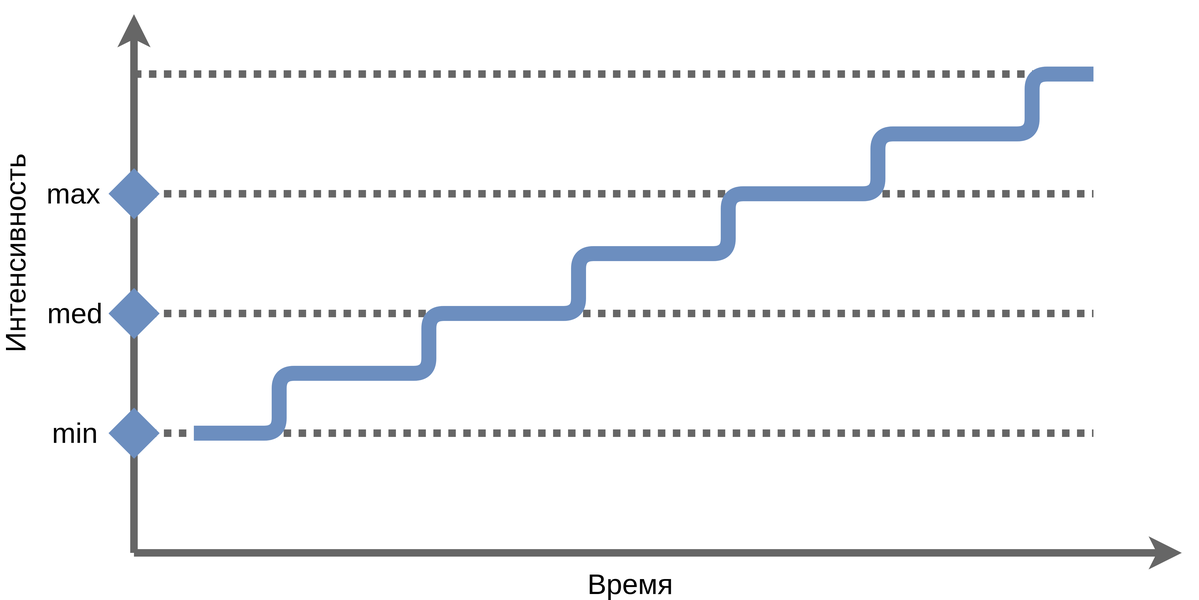
The draw.io diagram docs/images/1/load.testing-1.png in polarnik/perflab, before a commit. Source tidied: cells renumbered, new cells last; positions are measured from the earlier drawing's top-left corner, leaving out a move shared by most shapes.
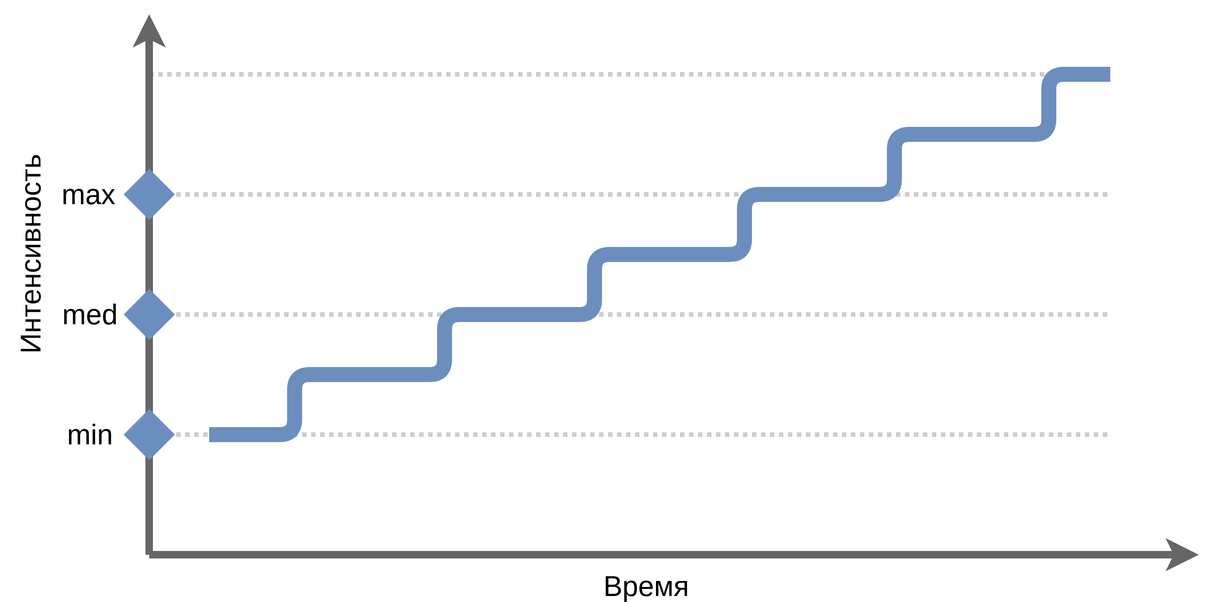
Above is the later version.

The edit, as a diff of the source:
```diff
@@ -2,94 +2,97 @@
   <root>
     <mxCell id="0" />
     <mxCell id="1" parent="0" />
-    <mxCell id="2" style="endArrow=classic;html=1;strokeWidth=5;jumpStyle=arc;fillColor=#f5f5f5;strokeColor=#666666;" parent="1" edge="1">
-      <mxGeometry relative="1" as="geometry">
-        <mxPoint x="99" y="360" as="sourcePoint" />
-        <mxPoint x="799" y="360" as="targetPoint" />
-      </mxGeometry>
+    <mxCell id="2" style="group;" parent="1" vertex="1">
+      <mxGeometry width="799" height="390" as="geometry" />
     </mxCell>
-    <mxCell id="3" style="endArrow=classic;html=1;strokeWidth=5;jumpStyle=arc;fillColor=#f5f5f5;strokeColor=#666666;" parent="1" edge="1">
+    <mxCell id="3" style="endArrow=none;dashed=1;html=1;strokeWidth=3;dashPattern=1 1;fillColor=#f5f5f5;strokeColor=#CCCCCC;" parent="2" edge="1">
       <mxGeometry relative="1" as="geometry">
-        <mxPoint x="99" y="360" as="sourcePoint" />
-        <mxPoint x="99" as="targetPoint" />
+        <mxPoint x="99" y="40" as="sourcePoint" />
+        <mxPoint x="739" y="40" as="targetPoint" />
       </mxGeometry>
     </mxCell>
-    <mxCell id="4" style="endArrow=none;dashed=1;html=1;strokeWidth=5;dashPattern=1 1;fillColor=#f5f5f5;strokeColor=#666666;startArrow=none;startFill=0;startSize=8;" parent="1" edge="1">
+    <mxCell id="4" style="endArrow=classic;html=1;strokeWidth=5;jumpStyle=arc;fillColor=#f5f5f5;strokeColor=#666666;" parent="2" edge="1">
       <mxGeometry relative="1" as="geometry">
-        <mxPoint x="99" y="280" as="sourcePoint" />
-        <mxPoint x="740" y="280" as="targetPoint" />
+        <mxPoint x="99" y="360" as="sourcePoint" />
+        <mxPoint x="799" y="360" as="targetPoint" />
       </mxGeometry>
     </mxCell>
-    <mxCell id="5" style="endArrow=none;dashed=1;html=1;strokeWidth=5;dashPattern=1 1;fillColor=#f5f5f5;strokeColor=#666666;" parent="1" edge="1">
+    <mxCell id="5" style="endArrow=classic;html=1;strokeWidth=5;jumpStyle=arc;fillColor=#f5f5f5;strokeColor=#666666;" parent="2" edge="1">
       <mxGeometry relative="1" as="geometry">
-        <mxPoint x="99" y="200" as="sourcePoint" />
-        <mxPoint x="740" y="200" as="targetPoint" />
+        <mxPoint x="99" y="360" as="sourcePoint" />
+        <mxPoint x="99" as="targetPoint" />
       </mxGeometry>
     </mxCell>
-    <mxCell id="6" style="endArrow=none;dashed=1;html=1;strokeWidth=5;dashPattern=1 1;fillColor=#f5f5f5;strokeColor=#666666;" parent="1" edge="1">
+    <mxCell id="6" style="endArrow=none;dashed=1;html=1;strokeWidth=3;dashPattern=1 1;fillColor=#f5f5f5;strokeColor=#CCCCCC;startArrow=none;startFill=0;startSize=8;" parent="2" edge="1">
       <mxGeometry relative="1" as="geometry">
-        <mxPoint x="99" y="120" as="sourcePoint" />
-        <mxPoint x="740" y="120" as="targetPoint" />
+        <mxPoint x="99" y="280" as="sourcePoint" />
+        <mxPoint x="739" y="280" as="targetPoint" />
       </mxGeometry>
     </mxCell>
-    <mxCell id="7" style="endArrow=none;dashed=1;html=1;strokeWidth=5;dashPattern=1 1;fillColor=#f5f5f5;strokeColor=#666666;" parent="1" edge="1">
+    <mxCell id="7" style="endArrow=none;dashed=1;html=1;strokeWidth=3;dashPattern=1 1;fillColor=#f5f5f5;strokeColor=#CCCCCC;" parent="2" edge="1">
       <mxGeometry relative="1" as="geometry">
-        <mxPoint x="99" y="40" as="sourcePoint" />
-        <mxPoint x="740" y="40" as="targetPoint" />
+        <mxPoint x="99" y="200" as="sourcePoint" />
+        <mxPoint x="739" y="200" as="targetPoint" />
       </mxGeometry>
     </mxCell>
-    <mxCell id="8" style="endArrow=none;html=1;shadow=0;strokeWidth=10;startArrow=diamond;startFill=1;startSize=10;fillColor=#dae8fc;strokeColor=#6c8ebf;" parent="1" edge="1">
+    <mxCell id="8" style="endArrow=none;dashed=1;html=1;strokeWidth=3;dashPattern=1 1;fillColor=#f5f5f5;strokeColor=#CCCCCC;" parent="2" edge="1">
       <mxGeometry relative="1" as="geometry">
-        <mxPoint x="82" y="280" as="sourcePoint" />
-        <mxPoint x="102" y="280" as="targetPoint" />
+        <mxPoint x="99" y="120" as="sourcePoint" />
+        <mxPoint x="739" y="120" as="targetPoint" />
       </mxGeometry>
     </mxCell>
-    <mxCell id="9" style="endArrow=none;html=1;shadow=0;strokeWidth=10;startArrow=diamond;startFill=1;startSize=10;fillColor=#dae8fc;strokeColor=#6c8ebf;endSize=0;" parent="1" edge="1">
+    <mxCell id="9" style="endArrow=none;html=1;shadow=0;strokeWidth=10;startArrow=diamond;startFill=1;startSize=10;fillColor=#dae8fc;strokeColor=#6c8ebf;" parent="2" edge="1">
       <mxGeometry relative="1" as="geometry">
-        <mxPoint x="82" y="200" as="sourcePoint" />
-        <mxPoint x="102" y="200" as="targetPoint" />
+        <mxPoint x="82" y="280" as="sourcePoint" />
+        <mxPoint x="102" y="280" as="targetPoint" />
       </mxGeometry>
     </mxCell>
-    <mxCell id="10" style="endArrow=none;html=1;shadow=0;strokeWidth=10;startArrow=diamond;startFill=1;startSize=10;fillColor=#dae8fc;strokeColor=#6c8ebf;endSize=0;" parent="1" edge="1">
+    <mxCell id="10" style="endArrow=none;html=1;shadow=0;strokeWidth=10;startArrow=diamond;startFill=1;startSize=10;fillColor=#dae8fc;strokeColor=#6c8ebf;endSize=0;" parent="2" edge="1">
       <mxGeometry relative="1" as="geometry">
-        <mxPoint x="82" y="120" as="sourcePoint" />
-        <mxPoint x="102" y="120" as="targetPoint" />
+        <mxPoint x="82" y="200" as="sourcePoint" />
+        <mxPoint x="102" y="200" as="targetPoint" />
       </mxGeometry>
     </mxCell>
-    <mxCell id="11" value="min" style="text;html=1;strokeColor=none;fillColor=none;align=center;verticalAlign=middle;whiteSpace=wrap;rounded=0;fontSize=19;" parent="1" vertex="1">
-      <mxGeometry x="39" y="270" width="40" height="20" as="geometry" />
+    <mxCell id="11" style="endArrow=none;html=1;shadow=0;strokeWidth=10;startArrow=diamond;startFill=1;startSize=10;fillColor=#dae8fc;strokeColor=#6c8ebf;endSize=0;" parent="2" edge="1">
+      <mxGeometry relative="1" as="geometry">
+        <mxPoint x="82" y="120" as="sourcePoint" />
+        <mxPoint x="102" y="120" as="targetPoint" />
+      </mxGeometry>
     </mxCell>
-    <mxCell id="12" value="med" style="text;html=1;strokeColor=none;fillColor=none;align=center;verticalAlign=middle;whiteSpace=wrap;rounded=0;fontSize=19;" parent="1" vertex="1">
-      <mxGeometry x="39" y="190" width="40" height="20" as="geometry" />
+    <mxCell id="12" value="min" style="text;html=1;strokeColor=none;fillColor=none;align=center;verticalAlign=middle;whiteSpace=wrap;rounded=0;fontSize=19;" parent="2" vertex="1">
+      <mxGeometry x="39" y="270" width="40" height="20" as="geometry" />
     </mxCell>
-    <mxCell id="13" value="max" style="text;html=1;strokeColor=none;fillColor=none;align=center;verticalAlign=middle;whiteSpace=wrap;rounded=0;fontSize=19;" parent="1" vertex="1">
-      <mxGeometry x="39" y="110" width="40" height="20" as="geometry" />
+    <mxCell id="13" value="med" style="text;html=1;strokeColor=none;fillColor=none;align=center;verticalAlign=middle;whiteSpace=wrap;rounded=0;fontSize=19;" parent="2" vertex="1">
+      <mxGeometry x="39" y="190" width="40" height="20" as="geometry" />
     </mxCell>
-    <mxCell id="14" style="endArrow=none;html=1;strokeWidth=10;targetPerimeterSpacing=0;comic=0;shadow=0;jumpStyle=none;orthogonalLoop=1;fillColor=#dae8fc;strokeColor=#6c8ebf;rounded=1;" parent="1" edge="1">
-      <mxGeometry relative="1" as="geometry">
-        <mxPoint x="139" y="280" as="sourcePoint" />
-        <mxPoint x="740" y="40" as="targetPoint" />
-        <Array as="points">
-          <mxPoint x="196" y="280" />
-          <mxPoint x="196" y="240" />
-          <mxPoint x="296" y="240" />
-          <mxPoint x="296" y="200" />
-          <mxPoint x="396" y="200" />
-          <mxPoint x="396" y="160" />
-          <mxPoint x="496" y="160" />
-          <mxPoint x="496" y="120" />
-          <mxPoint x="596" y="120" />
-          <mxPoint x="596" y="80" />
-          <mxPoint x="699" y="80" />
-          <mxPoint x="699" y="40" />
-        </Array>
-      </mxGeometry>
+    <mxCell id="14" value="max" style="text;html=1;strokeColor=none;fillColor=none;align=center;verticalAlign=middle;whiteSpace=wrap;rounded=0;fontSize=19;" parent="2" vertex="1">
+      <mxGeometry x="39" y="110" width="40" height="20" as="geometry" />
     </mxCell>
-    <mxCell id="15" value="Время" style="text;html=1;strokeColor=none;fillColor=none;align=center;verticalAlign=middle;whiteSpace=wrap;rounded=0;fontSize=19;" parent="1" vertex="1">
-      <mxGeometry x="411" y="370.8" width="40" height="20" as="geometry" />
+    <mxCell id="15" style="endArrow=none;html=1;strokeWidth=10;targetPerimeterSpacing=0;comic=0;shadow=0;jumpStyle=none;orthogonalLoop=1;fillColor=#dae8fc;strokeColor=#6c8ebf;rounded=1;" parent="2" edge="1">
+      <mxGeometry relative="1" as="geometry">
+        <mxPoint x="139" y="280" as="sourcePoint" />
+        <mxPoint x="740" y="40" as="targetPoint" />
+        <Array as="points">
+          <mxPoint x="196" y="280" />
+          <mxPoint x="196" y="240" />
+          <mxPoint x="296" y="240" />
+          <mxPoint x="296" y="200" />
+          <mxPoint x="396" y="200" />
+          <mxPoint x="396" y="160" />
+          <mxPoint x="496" y="160" />
+          <mxPoint x="496" y="120" />
+          <mxPoint x="596" y="120" />
+          <mxPoint x="596" y="80" />
+          <mxPoint x="699" y="80" />
+          <mxPoint x="699" y="40" />
+        </Array>
+      </mxGeometry>
     </mxCell>
-    <mxCell id="16" value="Интенсивность" style="text;html=1;strokeColor=none;fillColor=none;align=center;verticalAlign=middle;whiteSpace=wrap;rounded=0;fontSize=19;rotation=-90;" parent="1" vertex="1">
-      <mxGeometry y="150" width="40" height="20" as="geometry" />
+    <mxCell id="16" value="Время" style="text;html=1;strokeColor=none;fillColor=none;align=center;verticalAlign=middle;whiteSpace=wrap;rounded=0;fontSize=19;" parent="2" vertex="1">
+      <mxGeometry x="411" y="370.8" width="40" height="20" as="geometry" />
     </mxCell>
+    <mxCell id="17" value="Интенсивность" style="text;html=1;strokeColor=none;fillColor=none;align=center;verticalAlign=middle;whiteSpace=wrap;rounded=0;fontSize=19;rotation=-90;" parent="2" vertex="1">
+      <mxGeometry y="150" width="40" height="20" as="geometry" />
+    </mxCell>
   </root>
 </mxGraphModel>
```
